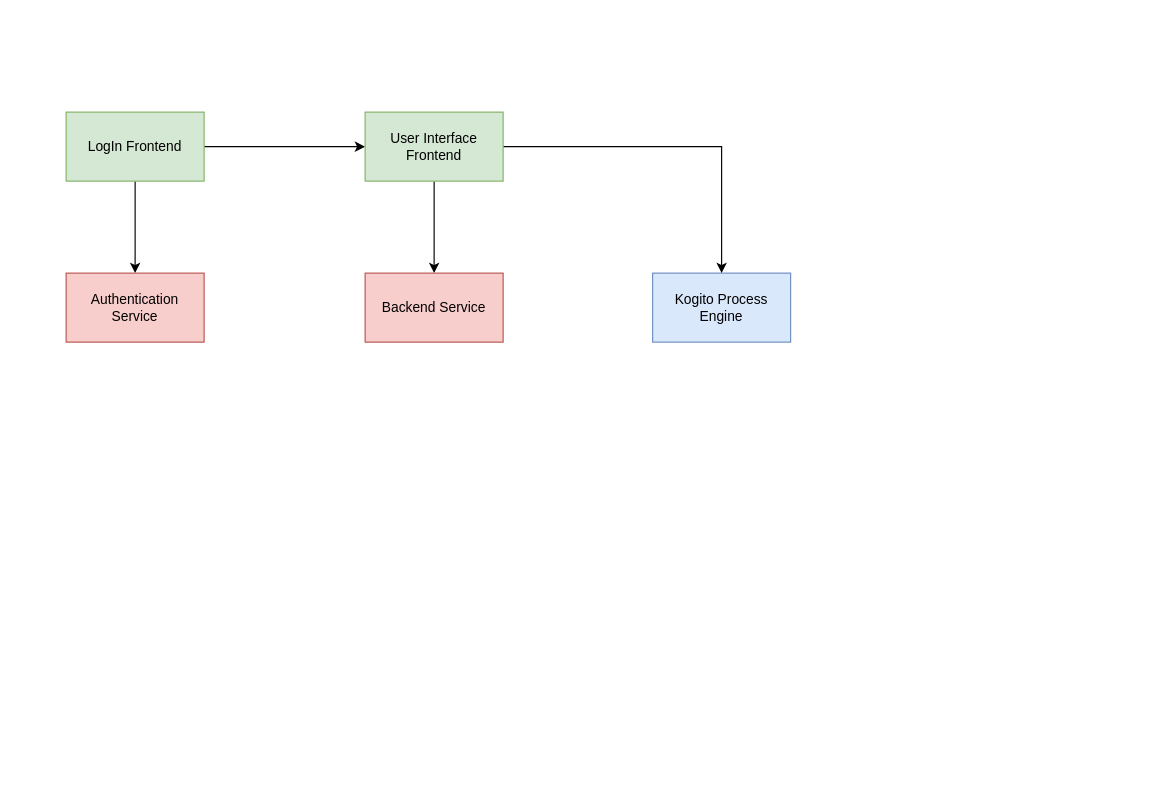
Earlier version of the draw.io diagram Documentation/Architecture.drawio (jannikfg/CloudNativeDevelopment2023). Source tidied: cells renumbered, new cells numbered last; positions are measured from the earlier drawing's top-left corner, leaving out a move shared by most shapes. Both pictures are drawn from the tidied source at 115%, with x=0, y=0 at pixel (66, 112).
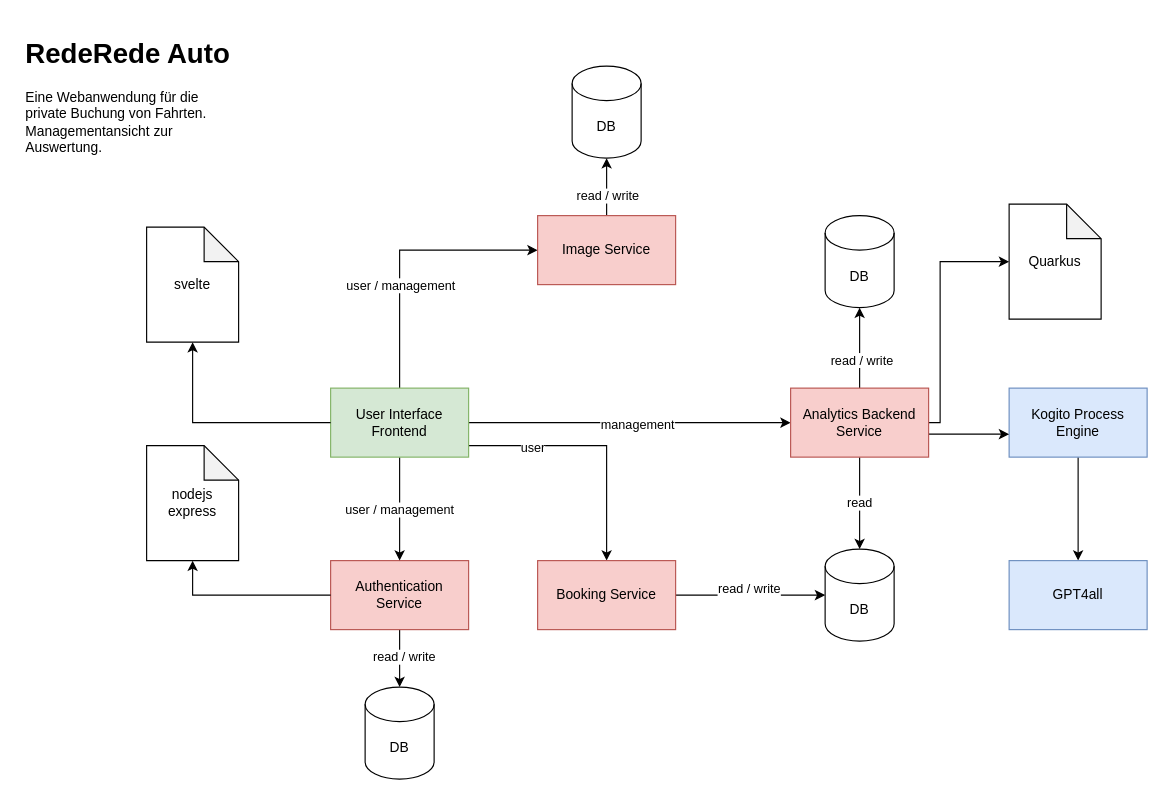
The same diagram, later.

Commit message (it also covers changes not shown here):
extended architectur diagram and added .gitignore

Diff of the diagram source:
```diff
@@
-    <mxCell id="2" style="edgeStyle=orthogonalEdgeStyle;rounded=0;jettySize=auto;html=1;" parent="1" edge="1" source="4" target="5">
-      <mxGeometry relative="1" as="geometry" />
-    </mxCell>
-    <mxCell id="3" style="edgeStyle=orthogonalEdgeStyle;rounded=0;jettySize=auto;html=1;entryX=0;entryY=0.5;entryDx=0;entryDy=0;" parent="1" edge="1" source="4" target="9">
-      <mxGeometry relative="1" as="geometry" />
-    </mxCell>
-    <mxCell id="4" value="LogIn Frontend" style="rounded=0;whiteSpace=wrap;html=1;fillColor=#d5e8d4;strokeColor=#82b366;" parent="1" vertex="1">
-      <mxGeometry width="120" height="60" as="geometry" />
-    </mxCell>
+    <mxCell id="11" style="edgeStyle=orthogonalEdgeStyle;rounded=0;jettySize=auto;html=1;" parent="1" edge="1" source="5" target="27">
+      <mxGeometry relative="1" as="geometry" />
+    </mxCell>
+    <mxCell id="12" value="read / write" style="edgeLabel;html=1;align=center;verticalAlign=middle;" parent="11" vertex="1">
+      <mxGeometry x="-0.08" y="3" relative="1" as="geometry" />
+    </mxCell>
-    <mxCell id="5" value="Authentication Service" style="rounded=0;whiteSpace=wrap;html=1;fillColor=#f8cecc;strokeColor=#b85450;" parent="1" vertex="1">
-      <mxGeometry y="140" width="120" height="60" as="geometry" />
+    <mxCell id="5" value="Authentication Service" style="rounded=0;whiteSpace=wrap;html=1;fillColor=#f8cecc;strokeColor=#b85450;fontColor=#000000;" parent="1" vertex="1">
+      <mxGeometry x="230" y="390" width="120" height="60" as="geometry" />
     </mxCell>
+    <mxCell id="13" style="edgeStyle=orthogonalEdgeStyle;rounded=0;jettySize=auto;html=1;" parent="1" edge="1" source="6" target="37">
+      <mxGeometry relative="1" as="geometry" />
+    </mxCell>
-    <mxCell id="6" value="Kogito Process Engine" style="rounded=0;whiteSpace=wrap;html=1;fillColor=#dae8fc;strokeColor=#6c8ebf;" parent="1" vertex="1">
-      <mxGeometry x="510" y="140" width="120" height="60" as="geometry" />
+    <mxCell id="6" value="Kogito Process Engine" style="rounded=0;whiteSpace=wrap;html=1;fillColor=#dae8fc;strokeColor=#6c8ebf;fontColor=#000000;" parent="1" vertex="1">
+      <mxGeometry x="820" y="240" width="120" height="60" as="geometry" />
     </mxCell>
+    <mxCell id="14" style="edgeStyle=orthogonalEdgeStyle;rounded=0;jettySize=auto;html=1;" parent="1" edge="1" source="9" target="5">
+      <mxGeometry relative="1" as="geometry" />
+    </mxCell>
+    <mxCell id="15" value="user / management" style="edgeLabel;html=1;align=center;verticalAlign=middle;" parent="14" vertex="1">
+      <mxGeometry y="-1" relative="1" as="geometry" />
+    </mxCell>
+    <mxCell id="16" style="edgeStyle=orthogonalEdgeStyle;rounded=0;jettySize=auto;html=1;" parent="1" edge="1" source="9" target="35">
+      <mxGeometry relative="1" as="geometry">
+        <Array as="points">
+          <mxPoint x="470" y="290" />
+        </Array>
+      </mxGeometry>
+    </mxCell>
+    <mxCell id="17" value="user" style="edgeLabel;html=1;align=center;verticalAlign=middle;" parent="16" vertex="1">
+      <mxGeometry x="-0.5" y="-1" relative="1" as="geometry" />
+    </mxCell>
-    <mxCell id="7" style="edgeStyle=orthogonalEdgeStyle;rounded=0;jettySize=auto;html=1;entryX=0.5;entryY=0;entryDx=0;entryDy=0;" parent="1" edge="1" source="9" target="10">
+    <mxCell id="7" style="edgeStyle=orthogonalEdgeStyle;rounded=0;jettySize=auto;html=1;" parent="1" edge="1" source="9" target="10">
       <mxGeometry relative="1" as="geometry" />
     </mxCell>
-    <mxCell id="8" style="edgeStyle=orthogonalEdgeStyle;rounded=0;jettySize=auto;html=1;" parent="1" edge="1" source="9" target="6">
-      <mxGeometry relative="1" as="geometry" />
-    </mxCell>
+    <mxCell id="18" value="management" style="edgeLabel;html=1;align=center;verticalAlign=middle;" parent="7" vertex="1">
+      <mxGeometry x="0.04" y="-1" relative="1" as="geometry" />
+    </mxCell>
+    <mxCell id="19" style="edgeStyle=orthogonalEdgeStyle;rounded=0;jettySize=auto;html=1;entryX=0;entryY=0.5;entryDx=0;entryDy=0;" parent="1" edge="1" source="9" target="40">
+      <mxGeometry relative="1" as="geometry">
+        <Array as="points">
+          <mxPoint x="290" y="120" />
+        </Array>
+      </mxGeometry>
+    </mxCell>
+    <mxCell id="20" value="user / management" style="edgeLabel;html=1;align=center;verticalAlign=middle;" parent="19" vertex="1">
+      <mxGeometry x="-0.3" y="1" relative="1" as="geometry">
+        <mxPoint x="1" y="-6" as="offset" />
+      </mxGeometry>
+    </mxCell>
-    <mxCell id="9" value="User Interface Frontend" style="rounded=0;whiteSpace=wrap;html=1;fillColor=#d5e8d4;strokeColor=#82b366;" parent="1" vertex="1">
-      <mxGeometry x="260" width="120" height="60" as="geometry" />
+    <mxCell id="9" value="User Interface Frontend" style="rounded=0;whiteSpace=wrap;html=1;fillColor=#d5e8d4;strokeColor=#82b366;fontColor=#000000;" parent="1" vertex="1">
+      <mxGeometry x="230" y="240" width="120" height="60" as="geometry" />
     </mxCell>
+    <mxCell id="21" style="edgeStyle=orthogonalEdgeStyle;rounded=0;jettySize=auto;html=1;" parent="1" edge="1" source="10" target="6">
+      <mxGeometry relative="1" as="geometry">
+        <Array as="points">
+          <mxPoint x="780" y="280" />
+          <mxPoint x="780" y="280" />
+        </Array>
+      </mxGeometry>
+    </mxCell>
+    <mxCell id="22" style="edgeStyle=orthogonalEdgeStyle;rounded=0;jettySize=auto;html=1;" parent="1" edge="1" source="10" target="36">
+      <mxGeometry relative="1" as="geometry" />
+    </mxCell>
+    <mxCell id="23" value="read / write" style="edgeLabel;html=1;align=center;verticalAlign=middle;" parent="22" vertex="1">
+      <mxGeometry x="-0.29" y="-1" relative="1" as="geometry" />
+    </mxCell>
+    <mxCell id="24" value="read" style="edgeStyle=orthogonalEdgeStyle;rounded=0;jettySize=auto;html=1;" parent="1" edge="1" source="10" target="26">
+      <mxGeometry relative="1" as="geometry" />
+    </mxCell>
+    <mxCell id="25" style="edgeStyle=orthogonalEdgeStyle;rounded=0;jettySize=auto;html=1;" parent="1" edge="1" source="10" target="42">
+      <mxGeometry relative="1" as="geometry">
+        <Array as="points">
+          <mxPoint x="760" y="270" />
+          <mxPoint x="760" y="130" />
+        </Array>
+      </mxGeometry>
+    </mxCell>
-    <mxCell id="10" value="Backend Service" style="rounded=0;whiteSpace=wrap;html=1;fillColor=#f8cecc;strokeColor=#b85450;" parent="1" vertex="1">
-      <mxGeometry x="260" y="140" width="120" height="60" as="geometry" />
+    <mxCell id="10" value="Analytics Backend Service" style="rounded=0;whiteSpace=wrap;html=1;fillColor=#f8cecc;strokeColor=#b85450;fontColor=#000000;" parent="1" vertex="1">
+      <mxGeometry x="630" y="240" width="120" height="60" as="geometry" />
     </mxCell>
+    <mxCell id="26" value="DB" style="shape=cylinder3;whiteSpace=wrap;html=1;boundedLbl=1;backgroundOutline=1;size=15;" parent="1" vertex="1">
+      <mxGeometry x="660" y="380" width="60" height="80" as="geometry" />
+    </mxCell>
+    <mxCell id="27" value="DB" style="shape=cylinder3;whiteSpace=wrap;html=1;boundedLbl=1;backgroundOutline=1;size=15;" parent="1" vertex="1">
+      <mxGeometry x="260" y="500" width="60" height="80" as="geometry" />
+    </mxCell>
+    <mxCell id="28" value="nodejs express" style="shape=note;whiteSpace=wrap;html=1;backgroundOutline=1;darkOpacity=0.05;" parent="1" vertex="1">
+      <mxGeometry x="70" y="290" width="80" height="100" as="geometry" />
+    </mxCell>
+    <mxCell id="29" value="&lt;h1&gt;&lt;span style=&quot;background-color: initial;&quot;&gt;RedeRede Auto&lt;/span&gt;&lt;/h1&gt;&lt;div&gt;&lt;span style=&quot;background-color: initial;&quot;&gt;Eine Webanwendung für die private Buchung von Fahrten. Managementansicht zur Auswertung.&lt;/span&gt;&lt;/div&gt;" style="text;html=1;strokeColor=none;fillColor=none;spacing=5;spacingTop=-20;whiteSpace=wrap;overflow=hidden;rounded=0;" parent="1" vertex="1">
+      <mxGeometry x="-40" y="-70" width="190" height="120" as="geometry" />
+    </mxCell>
+    <mxCell id="30" value="svelte" style="shape=note;whiteSpace=wrap;html=1;backgroundOutline=1;darkOpacity=0.05;" parent="1" vertex="1">
+      <mxGeometry x="70" y="100" width="80" height="100" as="geometry" />
+    </mxCell>
+    <mxCell id="31" style="edgeStyle=orthogonalEdgeStyle;rounded=0;jettySize=auto;html=1;entryX=0.5;entryY=1;entryDx=0;entryDy=0;entryPerimeter=0;" parent="1" edge="1" source="5" target="28">
+      <mxGeometry relative="1" as="geometry" />
+    </mxCell>
+    <mxCell id="32" style="edgeStyle=orthogonalEdgeStyle;rounded=0;jettySize=auto;html=1;entryX=0.5;entryY=1;entryDx=0;entryDy=0;entryPerimeter=0;" parent="1" edge="1" source="9" target="30">
+      <mxGeometry relative="1" as="geometry" />
+    </mxCell>
+    <mxCell id="33" style="edgeStyle=orthogonalEdgeStyle;rounded=0;jettySize=auto;html=1;" parent="1" edge="1" source="35" target="26">
+      <mxGeometry relative="1" as="geometry" />
+    </mxCell>
+    <mxCell id="34" value="read / write" style="edgeLabel;html=1;align=center;verticalAlign=middle;" parent="33" vertex="1">
+      <mxGeometry x="-0.03" y="6" relative="1" as="geometry" />
+    </mxCell>
+    <mxCell id="35" value="Booking Service" style="rounded=0;whiteSpace=wrap;html=1;fillColor=#f8cecc;strokeColor=#b85450;fontColor=#000000;" parent="1" vertex="1">
+      <mxGeometry x="410" y="390" width="120" height="60" as="geometry" />
+    </mxCell>
+    <mxCell id="36" value="DB" style="shape=cylinder3;whiteSpace=wrap;html=1;boundedLbl=1;backgroundOutline=1;size=15;" parent="1" vertex="1">
+      <mxGeometry x="660" y="90" width="60" height="80" as="geometry" />
+    </mxCell>
+    <mxCell id="37" value="GPT4all" style="rounded=0;whiteSpace=wrap;html=1;fillColor=#dae8fc;strokeColor=#6c8ebf;fontColor=#000000;" parent="1" vertex="1">
+      <mxGeometry x="820" y="390" width="120" height="60" as="geometry" />
+    </mxCell>
+    <mxCell id="38" style="edgeStyle=orthogonalEdgeStyle;rounded=0;jettySize=auto;html=1;" parent="1" edge="1" source="40" target="41">
+      <mxGeometry relative="1" as="geometry" />
+    </mxCell>
+    <mxCell id="39" value="read / write" style="edgeLabel;html=1;align=center;verticalAlign=middle;" parent="38" vertex="1">
+      <mxGeometry x="-0.28" relative="1" as="geometry" />
+    </mxCell>
+    <mxCell id="40" value="Image Service" style="rounded=0;whiteSpace=wrap;html=1;fillColor=#f8cecc;strokeColor=#b85450;fontColor=#000000;" parent="1" vertex="1">
+      <mxGeometry x="410" y="90" width="120" height="60" as="geometry" />
+    </mxCell>
+    <mxCell id="41" value="DB" style="shape=cylinder3;whiteSpace=wrap;html=1;boundedLbl=1;backgroundOutline=1;size=15;" parent="1" vertex="1">
+      <mxGeometry x="440" y="-40" width="60" height="80" as="geometry" />
+    </mxCell>
+    <mxCell id="42" value="Quarkus" style="shape=note;whiteSpace=wrap;html=1;backgroundOutline=1;darkOpacity=0.05;" parent="1" vertex="1">
+      <mxGeometry x="820" y="80" width="80" height="100" as="geometry" />
+    </mxCell>
```
